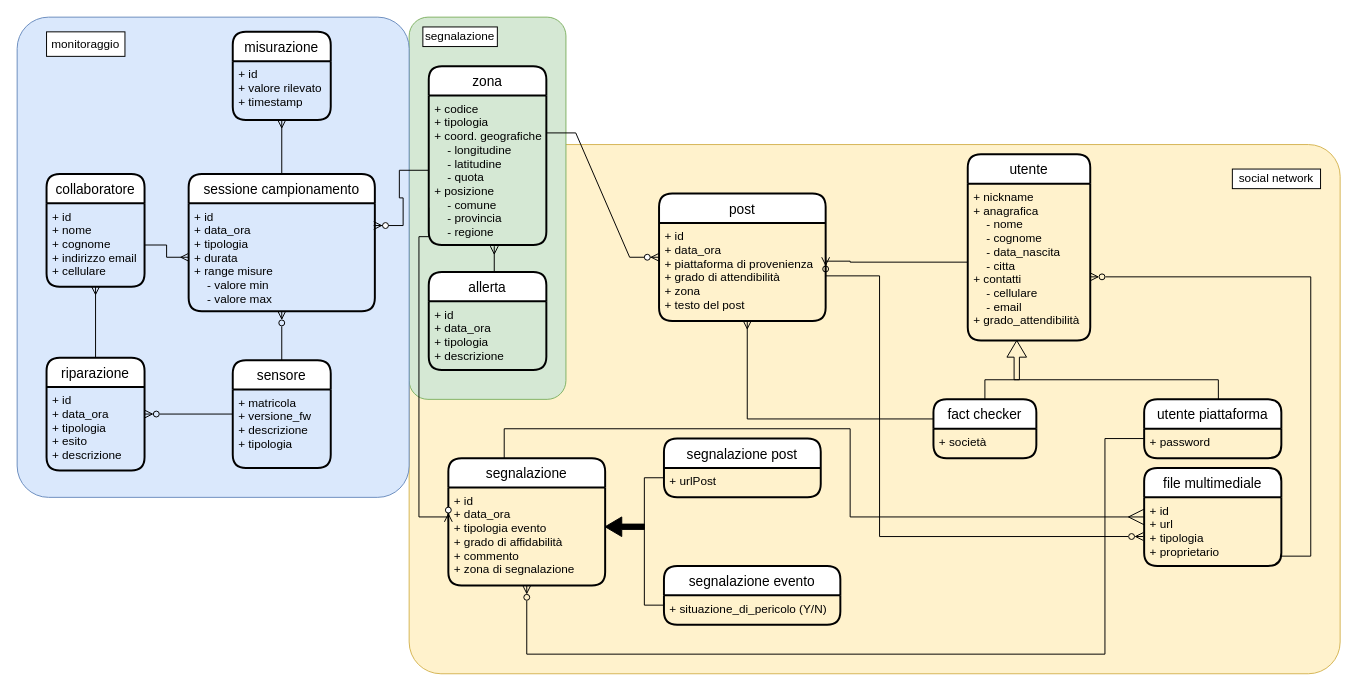
Above: page "Brain Storming" (1 of 7) of diagramma-er.drawio in faffolao/ProgettoBD2022 (draw.io), before the change. Source tidied: cells renumbered, new cells numbered last; positions are measured from the earlier drawing's top-left corner, leaving out a move shared by most shapes. Both pictures are drawn from the tidied source at 98%, with x=0, y=0 at pixel (17, 17).
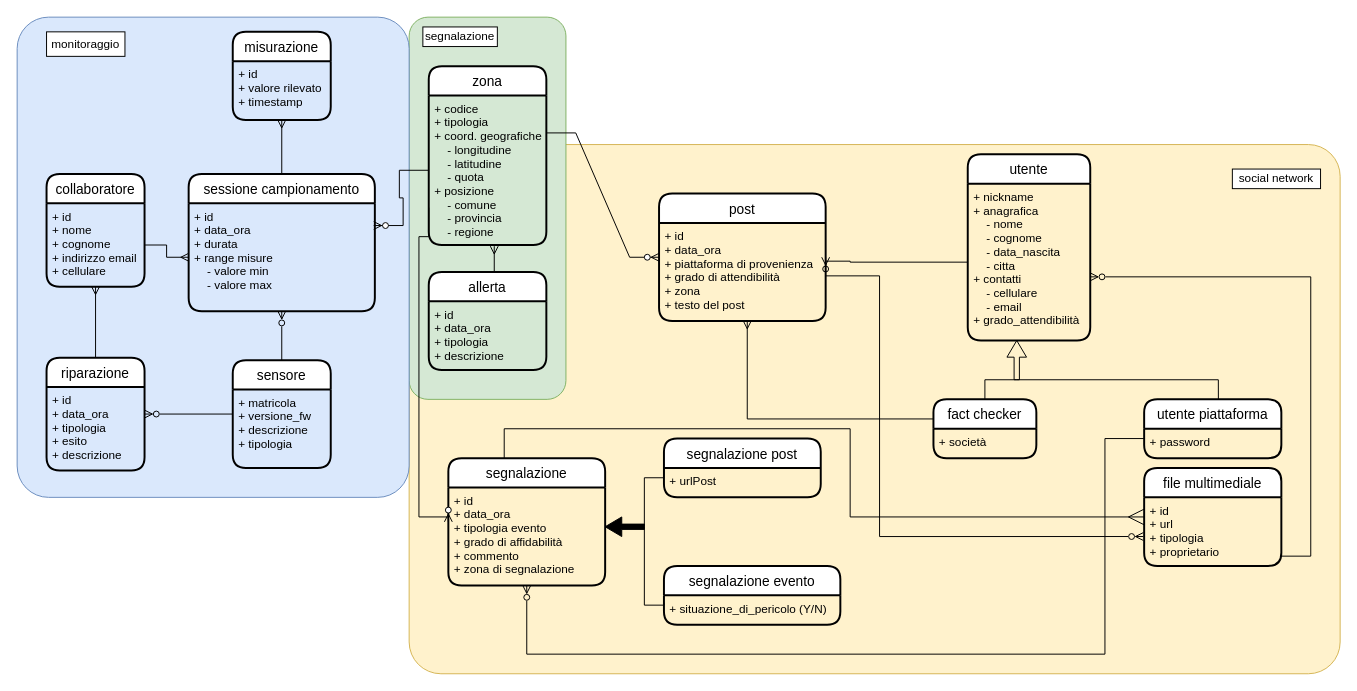
The same diagram, later.

Commit message (it also covers changes not shown here):
rimosso tipologia dalla sessione di campionamento

Unchanged cells that the change refers to:
```xml
<mxCell id="11" value="sessione campionamento" style="swimlane;horizontal=1;startSize=30;rounded=1;fontSize=14;fontStyle=0;strokeWidth=2;shadow=0;dashed=0;align=center;" parent="1" vertex="1">
  <mxGeometry x="175" y="160" width="190" height="140" as="geometry" />
</mxCell>
```

Change to the diagram source:
```diff
@@
-    <mxCell id="12" value="+ id&#10;+ data_ora&#10;+ tipologia&#10;+ durata&#10;+ range misure&#10;    - valore min&#10;    - valore max" style="align=left;strokeColor=none;fillColor=none;spacingLeft=4;fontSize=12;verticalAlign=top;" parent="11" vertex="1">
+    <mxCell id="12" value="+ id&#10;+ data_ora&#10;+ durata&#10;+ range misure&#10;    - valore min&#10;    - valore max" style="align=left;strokeColor=none;fillColor=none;spacingLeft=4;fontSize=12;verticalAlign=top;" parent="11" vertex="1">
       <mxGeometry y="30" width="190" height="110" as="geometry" />
     </mxCell>
```
